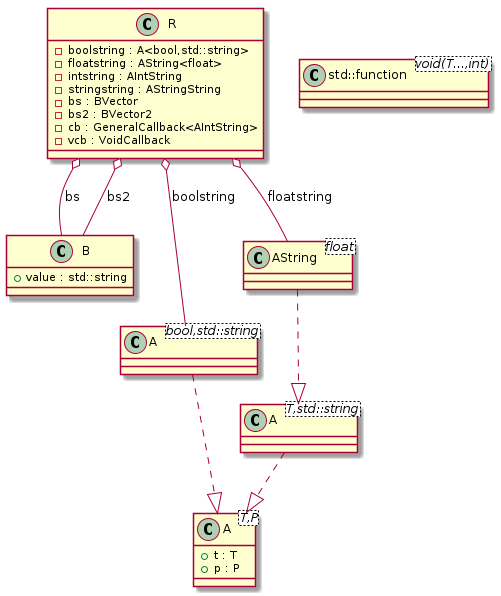
This is docs/test_cases/t00014_class.png from bkryza/clang-uml, a PlantUML export, as it was before one commit.
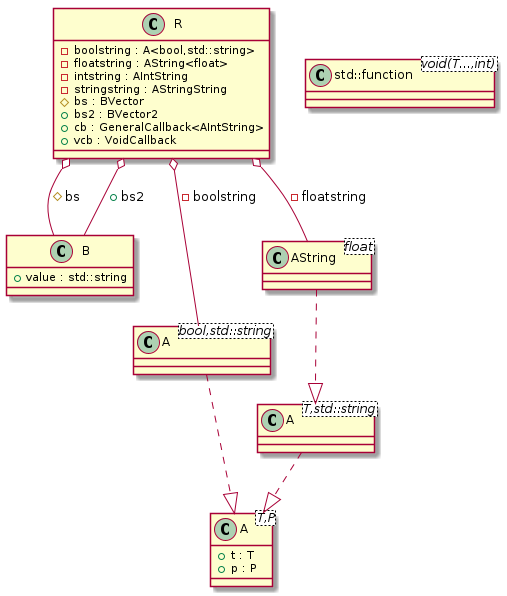
Later version of the same file.

Change to the diagram source:
```diff
@@ -42,14 +42,14 @@
 -floatstring : AString<float>
 -intstring : AIntString
 -stringstring : AStringString
--bs : BVector
--bs2 : BVector2
--cb : GeneralCallback<AIntString>
--vcb : VoidCallback
+#bs : BVector
++bs2 : BVector2
++cb : GeneralCallback<AIntString>
++vcb : VoidCallback
 }
-C_0000000179 o-- C_0000000180 : boolstring
-C_0000000179 o-- C_0000000181 : floatstring
-C_0000000179 o-- C_0000000177 : bs
-C_0000000179 o-- C_0000000177 : bs2
+C_0000000179 o-- C_0000000180 : -boolstring
+C_0000000179 o-- C_0000000181 : -floatstring
+C_0000000179 o-- C_0000000177 : #bs
+C_0000000179 o-- C_0000000177 : +bs2
 
 @enduml
```
